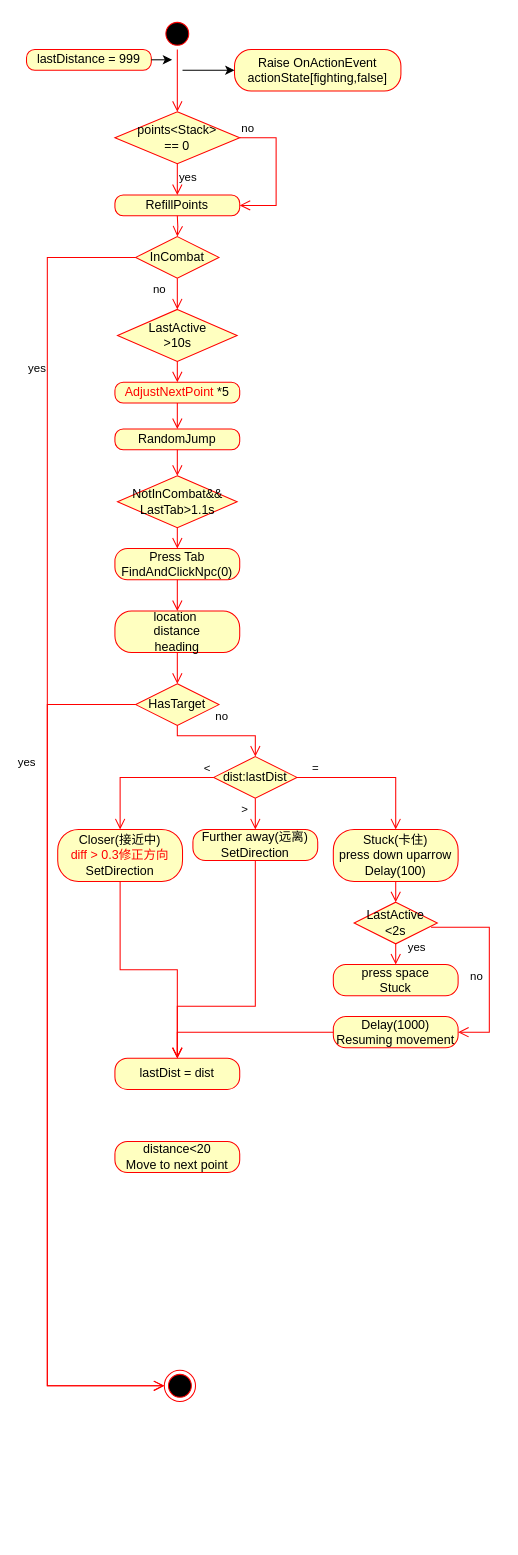
Above: FollowRouteAction.drawio in YannieCheung/botgrams (draw.io), before the change. Source tidied: cells renumbered, new cells numbered last; positions are measured from the earlier drawing's top-left corner, leaving out a move shared by most shapes. Both pictures are drawn from the tidied source at 104%, with x=0, y=0 at pixel (26, 18).
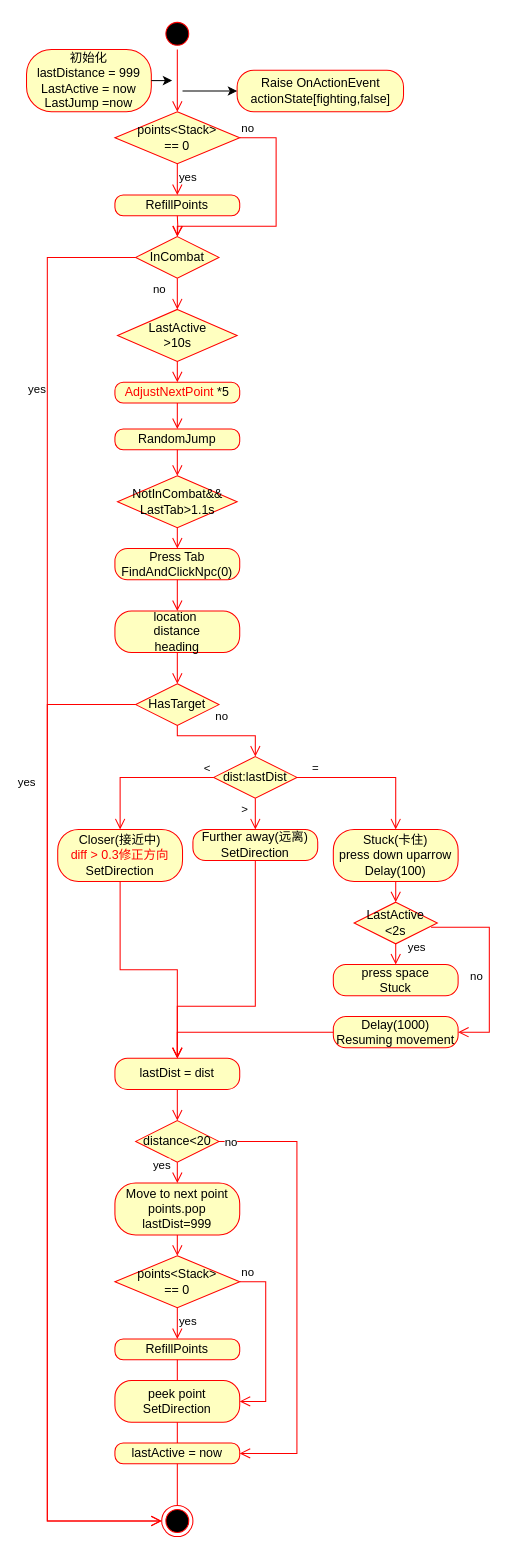
The same page after the edit.

The change refers to these unchanged cells:
```xml
<mxCell id="5" value="points&amp;lt;Stack&amp;gt; &lt;br&gt;== 0" style="rhombus;whiteSpace=wrap;html=1;fillColor=#ffffc0;strokeColor=#ff0000;" parent="1" vertex="1">
  <mxGeometry x="85" y="90" width="120" height="50" as="geometry" />
</mxCell>
<mxCell id="8" value="RefillPoints" style="rounded=1;whiteSpace=wrap;html=1;arcSize=40;fontColor=#000000;fillColor=#ffffc0;strokeColor=#ff0000;" parent="1" vertex="1">
  <mxGeometry x="85" y="170" width="120" height="20" as="geometry" />
</mxCell>
<mxCell id="10" value="InCombat" style="rhombus;whiteSpace=wrap;html=1;fillColor=#ffffc0;strokeColor=#ff0000;" parent="1" vertex="1">
  <mxGeometry x="105" y="210" width="80" height="40" as="geometry" />
</mxCell>
<mxCell id="23" value="HasTarget" style="rhombus;whiteSpace=wrap;html=1;fillColor=#ffffc0;strokeColor=#ff0000;" parent="1" vertex="1">
  <mxGeometry x="105" y="640" width="80" height="40" as="geometry" />
</mxCell>
<mxCell id="45" value="lastDist =&amp;nbsp;dist" style="rounded=1;whiteSpace=wrap;html=1;arcSize=40;fontColor=#000000;fillColor=#ffffc0;strokeColor=#ff0000;" parent="1" vertex="1">
  <mxGeometry x="85" y="1000" width="120" height="30" as="geometry" />
</mxCell>
```

Diff of the diagram source:
```diff
@@
     <mxCell id="4" value="Raise&amp;nbsp;OnActionEvent&lt;br&gt;actionState[fighting,false]" style="rounded=1;whiteSpace=wrap;html=1;arcSize=40;fontColor=#000000;fillColor=#ffffc0;strokeColor=#ff0000;" parent="1" vertex="1">
-      <mxGeometry x="200" y="30" width="160" height="40" as="geometry" />
+      <mxGeometry x="202.5" y="50" width="160" height="40" as="geometry" />
     </mxCell>
@@
-    <mxCell id="6" value="no" style="edgeStyle=orthogonalEdgeStyle;html=1;align=left;verticalAlign=bottom;endArrow=open;endSize=8;strokeColor=#ff0000;rounded=0;entryX=1;entryY=0.5;entryDx=0;entryDy=0;" parent="1" edge="1" source="5" target="8">
+    <mxCell id="6" value="no" style="edgeStyle=orthogonalEdgeStyle;html=1;align=left;verticalAlign=bottom;endArrow=open;endSize=8;strokeColor=#ff0000;rounded=0;entryX=0.5;entryY=0;entryDx=0;entryDy=0;" parent="1" edge="1" source="5" target="10">
       <mxGeometry x="-1" relative="1" as="geometry">
         <Array as="points">
           <mxPoint x="240" y="115" />
-          <mxPoint x="240" y="180" />
+          <mxPoint x="240" y="200" />
+          <mxPoint x="145" y="200" />
         </Array>
       </mxGeometry>
     </mxCell>
@@
     <mxCell id="12" value="yes" style="edgeStyle=orthogonalEdgeStyle;html=1;align=left;verticalAlign=top;endArrow=open;endSize=8;strokeColor=#ff0000;rounded=0;" parent="1" edge="1" source="10" target="13">
       <mxGeometry x="-0.69" y="-28" relative="1" as="geometry">
         <Array as="points">
           <mxPoint x="20" y="230" />
-          <mxPoint x="20" y="1315" />
+          <mxPoint x="20" y="1445" />
         </Array>
         <mxPoint x="8" y="-20" as="offset" />
       </mxGeometry>
     </mxCell>
     <mxCell id="13" style="ellipse;html=1;shape=endState;fillColor=#000000;strokeColor=#ff0000;" parent="1" vertex="1">
-      <mxGeometry x="132.5" y="1300" width="30" height="30" as="geometry" />
+      <mxGeometry x="130" y="1430" width="30" height="30" as="geometry" />
     </mxCell>
@@
     <mxCell id="24" value="yes" style="edgeStyle=orthogonalEdgeStyle;html=1;align=left;verticalAlign=top;endArrow=open;endSize=8;strokeColor=#ff0000;rounded=0;exitX=0;exitY=0.5;exitDx=0;exitDy=0;entryX=0;entryY=0.5;entryDx=0;entryDy=0;" parent="1" edge="1" source="23" target="13">
       <mxGeometry x="-0.7" y="-30" relative="1" as="geometry">
         <Array as="points">
           <mxPoint x="20" y="660" />
-          <mxPoint x="20" y="1315" />
+          <mxPoint x="20" y="1445" />
         </Array>
       </mxGeometry>
     </mxCell>
@@
     <mxCell id="29" style="endArrow=classic;html=1;rounded=0;entryX=0;entryY=0.5;entryDx=0;entryDy=0;" parent="1" edge="1" target="4">
       <mxGeometry relative="1" as="geometry">
-        <mxPoint x="150" y="50" as="sourcePoint" />
+        <mxPoint x="150" y="70" as="sourcePoint" />
+        <Array as="points">
+          <mxPoint x="170" y="70" />
+        </Array>
       </mxGeometry>
     </mxCell>
-    <mxCell id="30" value="lastDistance = 999" style="rounded=1;whiteSpace=wrap;html=1;arcSize=40;fontColor=#000000;fillColor=#ffffc0;strokeColor=#ff0000;" parent="1" vertex="1">
-      <mxGeometry y="30" width="120" height="20" as="geometry" />
+    <mxCell id="30" value="初始化&lt;br&gt;lastDistance = 999&lt;br&gt;LastActive = now&lt;br&gt;LastJump =now" style="rounded=1;whiteSpace=wrap;html=1;arcSize=40;fontColor=#000000;fillColor=#ffffc0;strokeColor=#ff0000;" parent="1" vertex="1">
+      <mxGeometry y="30" width="120" height="60" as="geometry" />
     </mxCell>
     <mxCell id="31" style="endArrow=classic;html=1;rounded=0;exitX=1;exitY=0.5;exitDx=0;exitDy=0;" parent="1" edge="1" source="30">
       <mxGeometry relative="1" as="geometry">
-        <mxPoint x="140" y="40" as="targetPoint" />
+        <mxPoint x="140" y="60" as="targetPoint" />
       </mxGeometry>
     </mxCell>
@@
-    <mxCell id="49" value="distance&amp;lt;20&lt;br&gt;Move to next point" style="rounded=1;whiteSpace=wrap;html=1;arcSize=40;fontColor=#000000;fillColor=#ffffc0;strokeColor=#ff0000;" parent="1" vertex="1">
-      <mxGeometry x="85" y="1080" width="120" height="30" as="geometry" />
+    <mxCell id="49" value="Move to next point&lt;br&gt;points.pop&lt;br&gt;lastDist=999" style="rounded=1;whiteSpace=wrap;html=1;arcSize=40;fontColor=#000000;fillColor=#ffffc0;strokeColor=#ff0000;" parent="1" vertex="1">
+      <mxGeometry x="85" y="1120" width="120" height="50" as="geometry" />
     </mxCell>
+    <mxCell id="50" value="distance&amp;lt;20" style="rhombus;whiteSpace=wrap;html=1;fillColor=#ffffc0;strokeColor=#ff0000;" parent="1" vertex="1">
+      <mxGeometry x="105" y="1060" width="80" height="40" as="geometry" />
+    </mxCell>
+    <mxCell id="51" value="yes" style="edgeStyle=orthogonalEdgeStyle;html=1;align=left;verticalAlign=top;endArrow=open;endSize=8;strokeColor=#ff0000;rounded=0;exitX=0.5;exitY=1;exitDx=0;exitDy=0;entryX=0.5;entryY=0;entryDx=0;entryDy=0;" parent="1" edge="1" source="50" target="49">
+      <mxGeometry x="-1" y="-27" relative="1" as="geometry">
+        <Array as="points">
+          <mxPoint x="145" y="1110" />
+          <mxPoint x="145" y="1110" />
+        </Array>
+        <mxPoint x="2" y="-10" as="offset" />
+      </mxGeometry>
+    </mxCell>
+    <mxCell id="52" style="edgeStyle=orthogonalEdgeStyle;html=1;verticalAlign=bottom;endArrow=open;endSize=8;strokeColor=#ff0000;rounded=0;fontColor=#FF0000;exitX=0.5;exitY=1;exitDx=0;exitDy=0;entryX=0.5;entryY=0;entryDx=0;entryDy=0;" parent="1" edge="1" source="45" target="50">
+      <mxGeometry relative="1" as="geometry">
+        <Array as="points">
+          <mxPoint x="145" y="1050" />
+          <mxPoint x="145" y="1050" />
+        </Array>
+      </mxGeometry>
+    </mxCell>
+    <mxCell id="53" value="no" style="edgeStyle=orthogonalEdgeStyle;html=1;align=left;verticalAlign=bottom;endArrow=open;endSize=8;strokeColor=#ff0000;rounded=0;exitX=1;exitY=0.5;exitDx=0;exitDy=0;" parent="1" edge="1" source="50" target="59">
+      <mxGeometry x="-0.98" y="-10" relative="1" as="geometry">
+        <Array as="points">
+          <mxPoint x="260" y="1080" />
+          <mxPoint x="260" y="1380" />
+        </Array>
+      </mxGeometry>
+    </mxCell>
+    <mxCell id="54" value="points&amp;lt;Stack&amp;gt; &lt;br&gt;== 0" style="rhombus;whiteSpace=wrap;html=1;fillColor=#ffffc0;strokeColor=#ff0000;" parent="1" vertex="1">
+      <mxGeometry x="85" y="1190" width="120" height="50" as="geometry" />
+    </mxCell>
+    <mxCell id="55" value="no" style="edgeStyle=orthogonalEdgeStyle;html=1;align=left;verticalAlign=bottom;endArrow=open;endSize=8;strokeColor=#ff0000;rounded=0;startArrow=none;entryX=1;entryY=0.5;entryDx=0;entryDy=0;exitX=1;exitY=0.5;exitDx=0;exitDy=0;" parent="1" edge="1" source="54" target="60">
+      <mxGeometry x="-1" relative="1" as="geometry">
+        <Array as="points">
+          <mxPoint x="230" y="1215" />
+          <mxPoint x="230" y="1330" />
+        </Array>
+      </mxGeometry>
+    </mxCell>
+    <mxCell id="56" value="yes" style="edgeStyle=orthogonalEdgeStyle;html=1;align=left;verticalAlign=top;endArrow=open;endSize=8;strokeColor=#ff0000;rounded=0;entryX=0.5;entryY=0;entryDx=0;entryDy=0;" parent="1" edge="1" source="54" target="57">
+      <mxGeometry x="-1" relative="1" as="geometry" />
+    </mxCell>
+    <mxCell id="57" value="RefillPoints" style="rounded=1;whiteSpace=wrap;html=1;arcSize=40;fontColor=#000000;fillColor=#ffffc0;strokeColor=#ff0000;" parent="1" vertex="1">
+      <mxGeometry x="85" y="1270" width="120" height="20" as="geometry" />
+    </mxCell>
+    <mxCell id="58" style="edgeStyle=orthogonalEdgeStyle;html=1;verticalAlign=bottom;endArrow=open;endSize=8;strokeColor=#ff0000;rounded=0;fontColor=#FF0000;exitX=0.5;exitY=1;exitDx=0;exitDy=0;entryX=0.5;entryY=0;entryDx=0;entryDy=0;" parent="1" edge="1" source="49" target="54">
+      <mxGeometry relative="1" as="geometry">
+        <Array as="points">
+          <mxPoint x="145" y="1190" />
+          <mxPoint x="145" y="1190" />
+        </Array>
+      </mxGeometry>
+    </mxCell>
+    <mxCell id="59" value="lastActive = now" style="rounded=1;whiteSpace=wrap;html=1;arcSize=40;fontColor=#000000;fillColor=#ffffc0;strokeColor=#ff0000;" parent="1" vertex="1">
+      <mxGeometry x="85" y="1370" width="120" height="20" as="geometry" />
+    </mxCell>
+    <mxCell id="60" value="peek point&lt;br&gt;SetDirection" style="rounded=1;whiteSpace=wrap;html=1;arcSize=40;fontColor=#000000;fillColor=#ffffc0;strokeColor=#ff0000;" parent="1" vertex="1">
+      <mxGeometry x="85" y="1310" width="120" height="40" as="geometry" />
+    </mxCell>
+    <mxCell id="61" style="edgeStyle=orthogonalEdgeStyle;html=1;align=left;verticalAlign=bottom;endArrow=none;endSize=8;strokeColor=#ff0000;rounded=0;exitX=0.5;exitY=1;exitDx=0;exitDy=0;entryX=0.5;entryY=0;entryDx=0;entryDy=0;" parent="1" edge="1" source="57" target="60">
+      <mxGeometry x="-1" relative="1" as="geometry" />
+    </mxCell>
+    <mxCell id="62" style="edgeStyle=orthogonalEdgeStyle;html=1;align=left;verticalAlign=bottom;endArrow=none;endSize=8;strokeColor=#ff0000;rounded=0;exitX=0.5;exitY=1;exitDx=0;exitDy=0;entryX=0.5;entryY=0;entryDx=0;entryDy=0;" parent="1" edge="1" source="60" target="59">
+      <mxGeometry x="-1" relative="1" as="geometry" />
+    </mxCell>
+    <mxCell id="63" style="edgeStyle=orthogonalEdgeStyle;html=1;align=left;verticalAlign=bottom;endArrow=none;endSize=8;strokeColor=#ff0000;rounded=0;exitX=0.5;exitY=1;exitDx=0;exitDy=0;entryX=0.5;entryY=0;entryDx=0;entryDy=0;" parent="1" edge="1" source="59" target="13">
+      <mxGeometry x="-1" relative="1" as="geometry" />
+    </mxCell>
```
